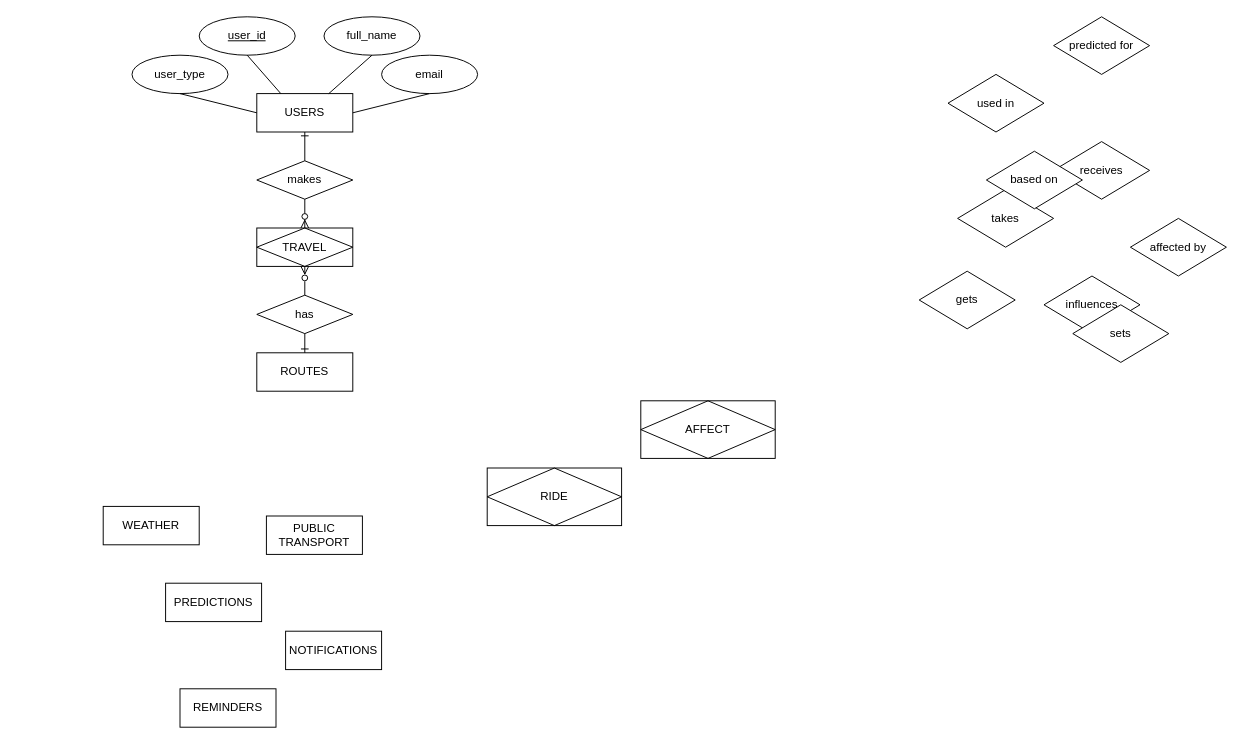
Earlier version of the draw.io diagram ERD.drawio (jjjandib6013/IT-IMDBSYS31). Source tidied: cells renumbered, new cells numbered last; positions are measured from the earlier drawing's top-left corner, leaving out a move shared by most shapes. Both pictures are drawn from the tidied source at 96%, with x=0, y=0 at pixel (103, 16).
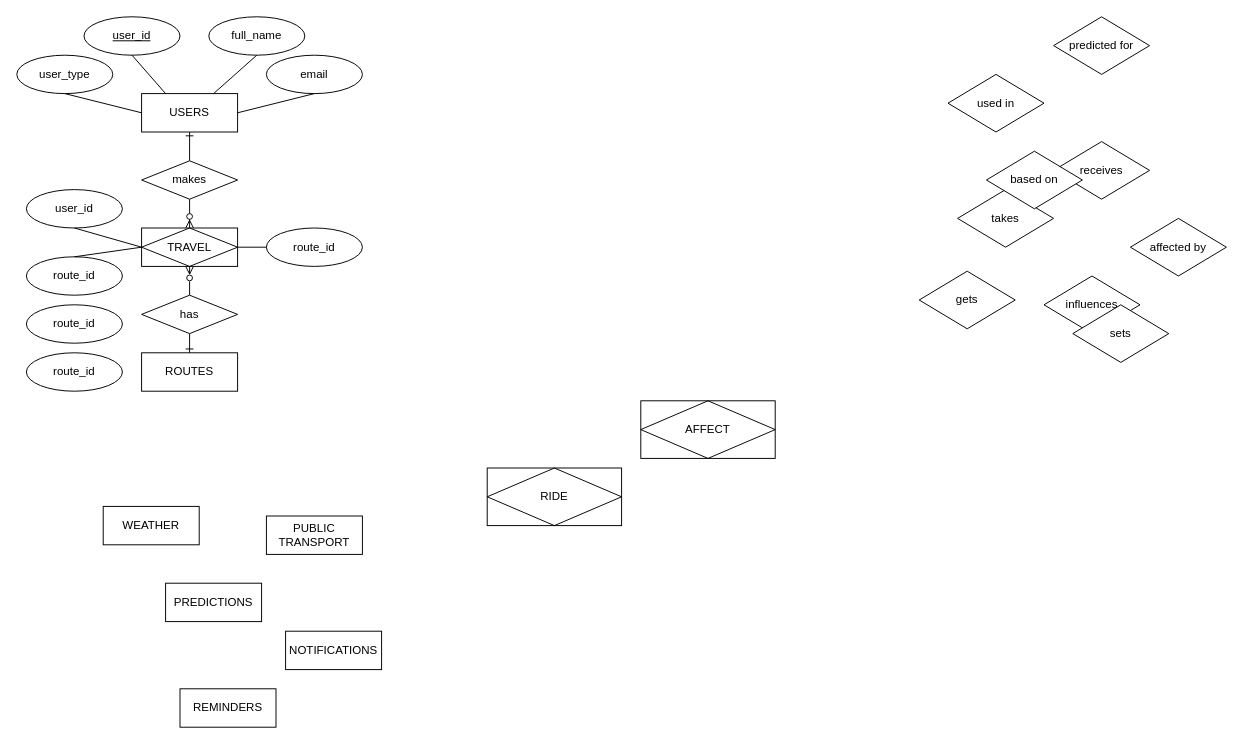
Above is the later version.

Diff of the diagram source:
```diff
@@
     <mxCell id="2" value="TRAVEL" style="shape=associativeEntity;whiteSpace=wrap;html=1;align=center;" parent="1" vertex="1">
-      <mxGeometry x="160" y="220" width="100" height="40" as="geometry" />
+      <mxGeometry x="40" y="220" width="100" height="40" as="geometry" />
     </mxCell>
     <mxCell id="3" value="USERS" style="whiteSpace=wrap;html=1;align=center;" parent="1" vertex="1">
-      <mxGeometry x="160" y="80" width="100" height="40" as="geometry" />
+      <mxGeometry x="40" y="80" width="100" height="40" as="geometry" />
     </mxCell>
     <mxCell id="4" value="ROUTES" style="whiteSpace=wrap;html=1;align=center;" parent="1" vertex="1">
-      <mxGeometry x="160" y="350" width="100" height="40" as="geometry" />
+      <mxGeometry x="40" y="350" width="100" height="40" as="geometry" />
     </mxCell>
@@
     <mxCell id="10" value="makes" style="shape=rhombus;perimeter=rhombusPerimeter;whiteSpace=wrap;html=1;align=center;" parent="1" vertex="1">
-      <mxGeometry x="160" y="150" width="100" height="40" as="geometry" />
+      <mxGeometry x="40" y="150" width="100" height="40" as="geometry" />
     </mxCell>
     <mxCell id="11" value="has" style="shape=rhombus;perimeter=rhombusPerimeter;whiteSpace=wrap;html=1;align=center;" parent="1" vertex="1">
-      <mxGeometry x="160" y="290" width="100" height="40" as="geometry" />
+      <mxGeometry x="40" y="290" width="100" height="40" as="geometry" />
     </mxCell>
@@
     <mxCell id="23" value="&lt;u&gt;user_id&lt;/u&gt;" style="ellipse;whiteSpace=wrap;html=1;align=center;" parent="1" vertex="1">
-      <mxGeometry x="100" width="100" height="40" as="geometry" />
+      <mxGeometry x="-20" width="100" height="40" as="geometry" />
     </mxCell>
     <mxCell id="24" value="full_name" style="ellipse;whiteSpace=wrap;html=1;align=center;" parent="1" vertex="1">
-      <mxGeometry x="230" width="100" height="40" as="geometry" />
+      <mxGeometry x="110" width="100" height="40" as="geometry" />
     </mxCell>
     <mxCell id="25" value="email" style="ellipse;whiteSpace=wrap;html=1;align=center;" parent="1" vertex="1">
-      <mxGeometry x="290" y="40" width="100" height="40" as="geometry" />
+      <mxGeometry x="170" y="40" width="100" height="40" as="geometry" />
     </mxCell>
     <mxCell id="26" value="user_type" style="ellipse;whiteSpace=wrap;html=1;align=center;" parent="1" vertex="1">
-      <mxGeometry x="30" y="40" width="100" height="40" as="geometry" />
+      <mxGeometry x="-90" y="40" width="100" height="40" as="geometry" />
     </mxCell>
@@
+    <mxCell id="35" value="user_id" style="ellipse;whiteSpace=wrap;html=1;align=center;" parent="1" vertex="1">
+      <mxGeometry x="-80" y="180" width="100" height="40" as="geometry" />
+    </mxCell>
+    <mxCell id="36" value="route_id" style="ellipse;whiteSpace=wrap;html=1;align=center;" parent="1" vertex="1">
+      <mxGeometry x="-80" y="250" width="100" height="40" as="geometry" />
+    </mxCell>
+    <mxCell id="37" value="route_id" style="ellipse;whiteSpace=wrap;html=1;align=center;" parent="1" vertex="1">
+      <mxGeometry x="170" y="220" width="100" height="40" as="geometry" />
+    </mxCell>
+    <mxCell id="38" style="endArrow=none;html=1;rounded=0;exitX=0.5;exitY=1;exitDx=0;exitDy=0;entryX=0;entryY=0.5;entryDx=0;entryDy=0;" parent="1" edge="1" source="35" target="2">
+      <mxGeometry relative="1" as="geometry" />
+    </mxCell>
+    <mxCell id="39" style="endArrow=none;html=1;rounded=0;exitX=0.5;exitY=0;exitDx=0;exitDy=0;entryX=0;entryY=0.5;entryDx=0;entryDy=0;" parent="1" edge="1" source="36" target="2">
+      <mxGeometry relative="1" as="geometry" />
+    </mxCell>
+    <mxCell id="40" style="endArrow=none;html=1;rounded=0;exitX=1;exitY=0.5;exitDx=0;exitDy=0;entryX=0;entryY=0.5;entryDx=0;entryDy=0;" parent="1" edge="1" source="2" target="37">
+      <mxGeometry relative="1" as="geometry" />
+    </mxCell>
+    <mxCell id="41" value="route_id" style="ellipse;whiteSpace=wrap;html=1;align=center;" parent="1" vertex="1">
+      <mxGeometry x="-80" y="300" width="100" height="40" as="geometry" />
+    </mxCell>
+    <mxCell id="42" value="route_id" style="ellipse;whiteSpace=wrap;html=1;align=center;" parent="1" vertex="1">
+      <mxGeometry x="-80" y="350" width="100" height="40" as="geometry" />
+    </mxCell>
```
